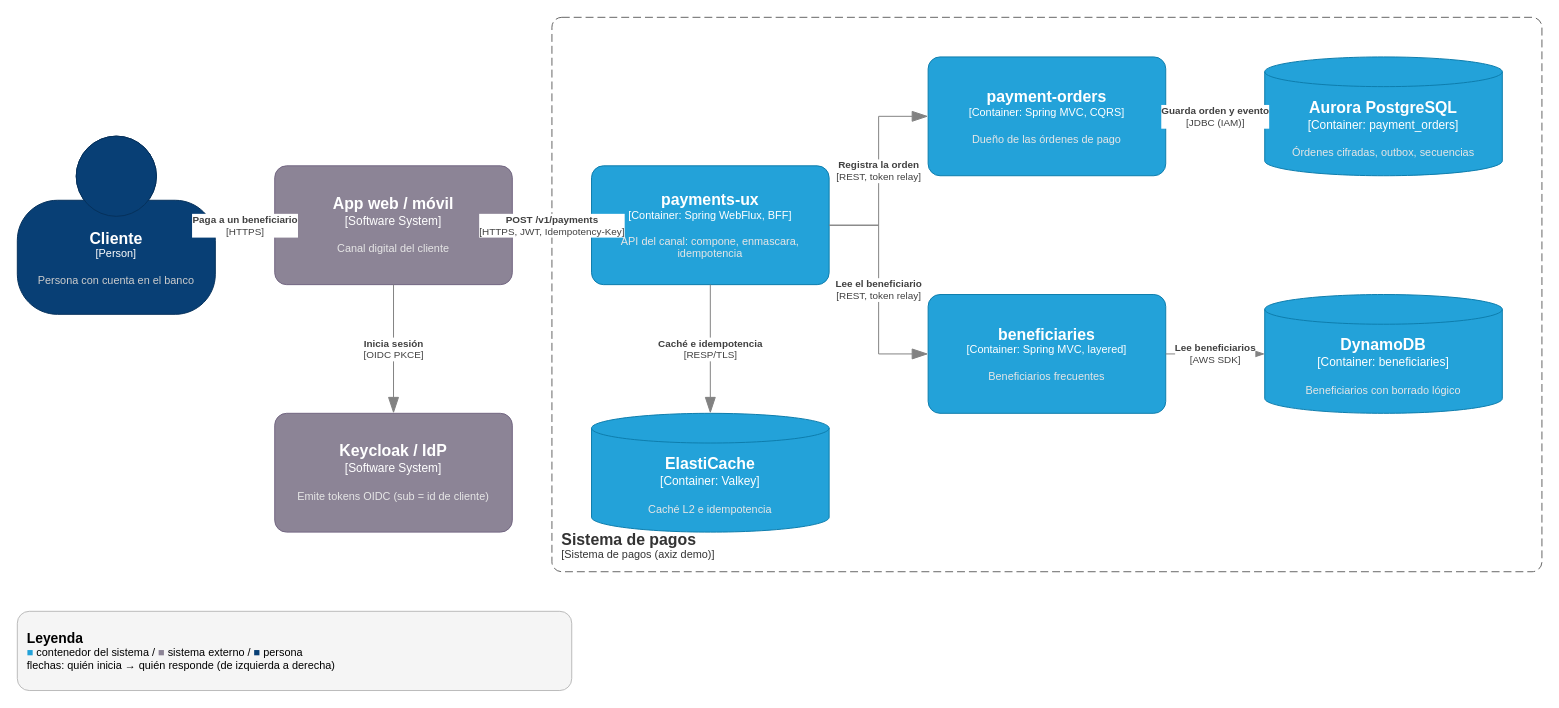
Earlier version of the draw.io diagram page "1. Pago desde el canal" (1 of 5) of axiz-demo/docs/architecture.drawio (edgarrth/java-framework-custom). Source tidied: cells renumbered, new cells numbered last; positions are measured from the earlier drawing's top-left corner, leaving out a move shared by most shapes. Both pictures are drawn from the tidied source at 99%, with x=0, y=0 at pixel (17, 17).
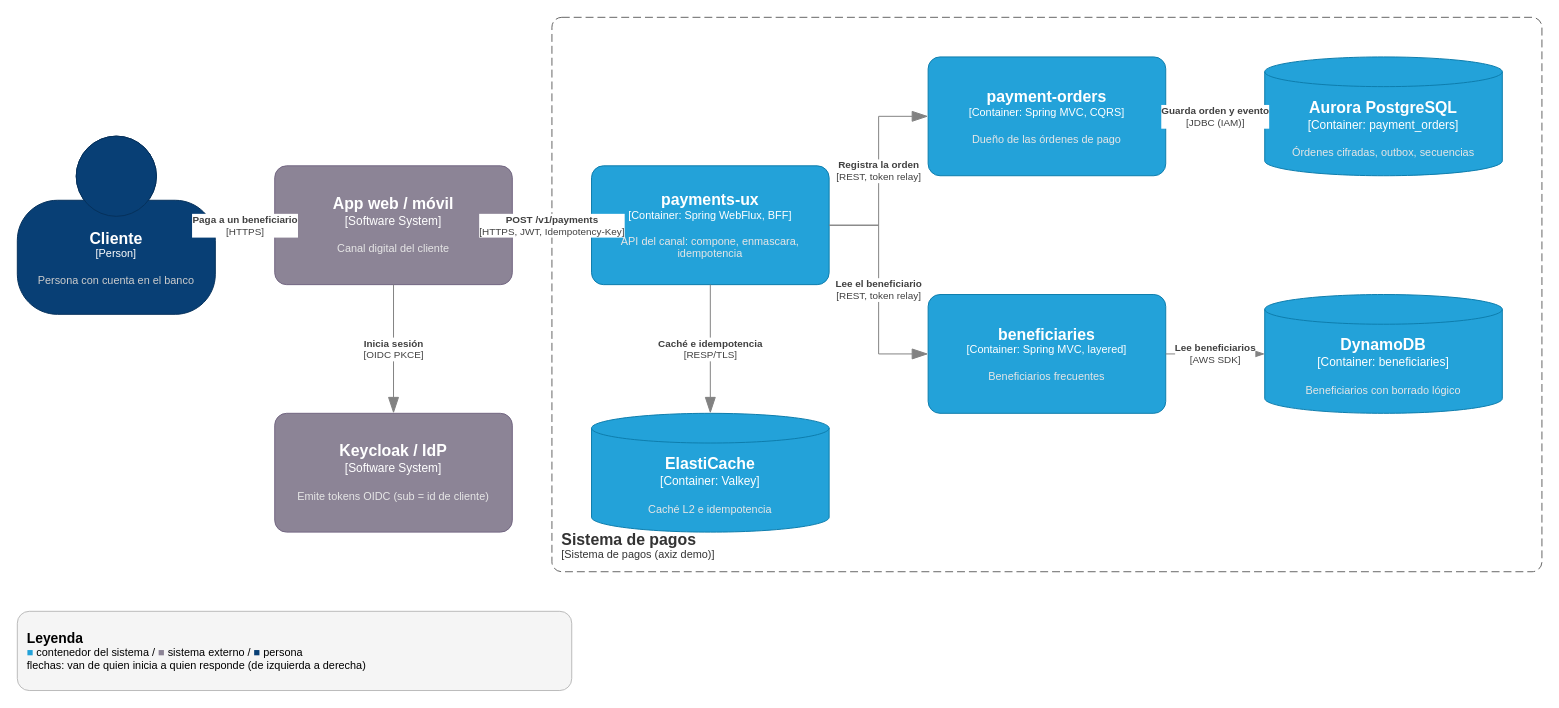
After the change.

Diff of the diagram source:
```diff
@@
-    <mxCell id="20" value="&lt;font style=&quot;font-size: 14px&quot;&gt;&lt;b&gt;Leyenda&lt;/b&gt;&lt;/font&gt;&lt;br&gt;&lt;font color=&quot;#23A2D9&quot;&gt;■&lt;/font&gt; contenedor del sistema / &lt;font color=&quot;#8C8496&quot;&gt;■&lt;/font&gt; sistema externo / &lt;font color=&quot;#083F75&quot;&gt;■&lt;/font&gt; persona&lt;br&gt;flechas: quién inicia → quién responde (de izquierda a derecha)" style="rounded=1;whiteSpace=wrap;html=1;align=left;spacing=10;fillColor=#f5f5f5;strokeColor=#bbbbbb;fontSize=11;" parent="1" vertex="1">
+    <mxCell id="20" value="&lt;font style=&quot;font-size: 14px&quot;&gt;&lt;b&gt;Leyenda&lt;/b&gt;&lt;/font&gt;&lt;br&gt;&lt;font color=&quot;#23A2D9&quot;&gt;■&lt;/font&gt; contenedor del sistema / &lt;font color=&quot;#8C8496&quot;&gt;■&lt;/font&gt; sistema externo / &lt;font color=&quot;#083F75&quot;&gt;■&lt;/font&gt; persona&lt;br&gt;flechas: van de quien inicia a quien responde (de izquierda a derecha)" style="rounded=1;whiteSpace=wrap;html=1;align=left;spacing=10;fillColor=#f5f5f5;strokeColor=#bbbbbb;fontSize=11;" parent="1" vertex="1">
       <mxGeometry y="600" width="560" height="80" as="geometry" />
     </mxCell>
```
